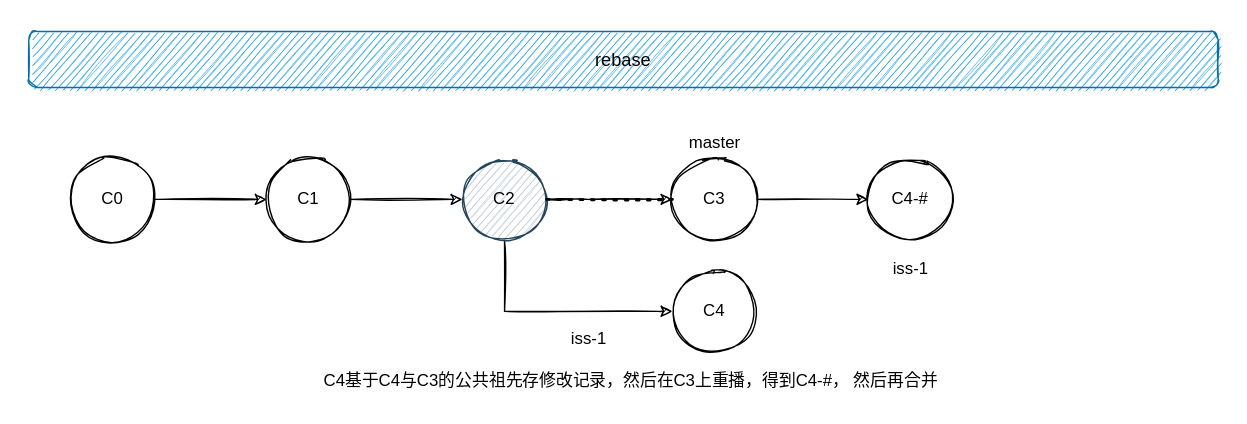
cd-home/Root keeps this draw.io diagram as 03-工作环境/images/rebase.svg. Above is the earlier version. Source tidied: cells renumbered, new cells last; positions are measured from the earlier drawing's top-left corner, leaving out a move shared by most shapes.
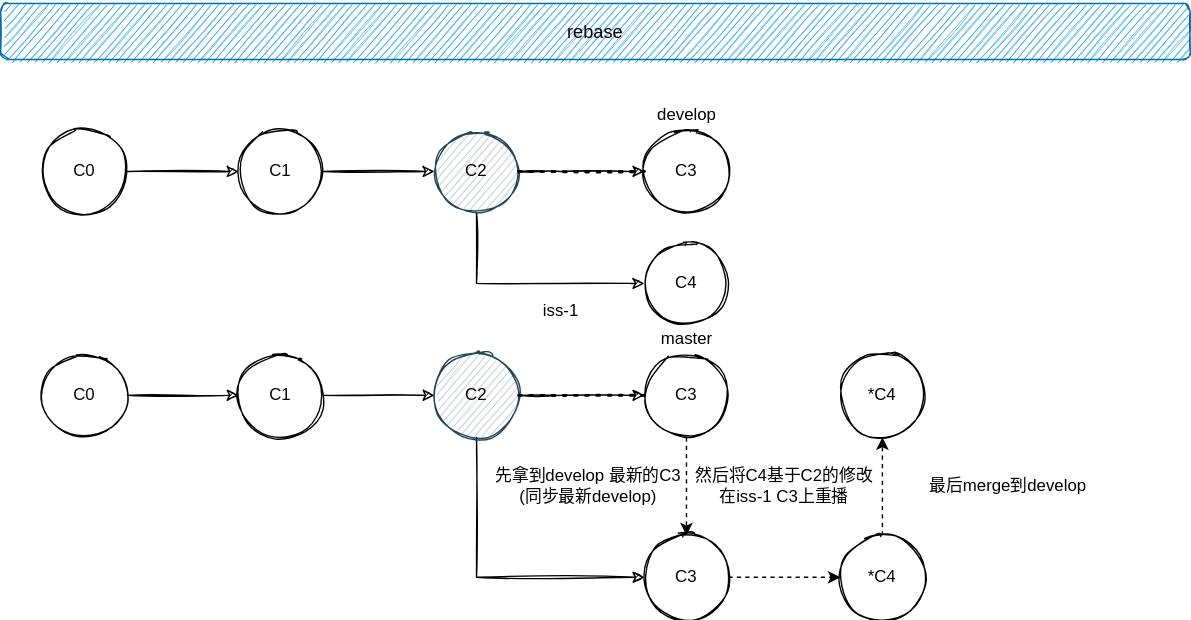
The same file after the commit.

Commit message:
😀🌴⭐🌎☀️🌈🌽: Remake Git

Change to the diagram source:
```diff
@@ -42,26 +42,80 @@
     <mxCell id="11" value="iss-1" style="text;html=1;align=center;verticalAlign=middle;strokeColor=none;sketch=1;" parent="1" vertex="1">
       <mxGeometry x="380" y="210" width="40" height="20" as="geometry" />
     </mxCell>
-    <mxCell id="12" value="master" style="text;html=1;align=center;verticalAlign=middle;strokeColor=none;sketch=1;" parent="1" vertex="1">
-      <mxGeometry x="465" y="70" width="50" height="20" as="geometry" />
+    <mxCell id="12" value="develop" style="text;html=1;align=center;verticalAlign=middle;strokeColor=none;sketch=1;" parent="1" vertex="1">
+      <mxGeometry x="460" y="70" width="60" height="20" as="geometry" />
     </mxCell>
-    <mxCell id="13" style="edgeStyle=orthogonalEdgeStyle;rounded=0;jettySize=auto;html=1;sketch=1;" parent="1" edge="1" source="14" target="16">
-      <mxGeometry relative="1" as="geometry" />
-    </mxCell>
     <mxCell id="14" value="C3" style="ellipse;whiteSpace=wrap;html=1;fillColor=#FFFFFF;sketch=1;" parent="1" vertex="1">
       <mxGeometry x="460" y="90" width="60" height="60" as="geometry" />
     </mxCell>
     <mxCell id="15" style="endArrow=none;dashed=1;html=1;dashPattern=1 3;strokeWidth=2;exitX=1;exitY=0.5;exitDx=0;exitDy=0;sketch=1;" parent="1" edge="1" source="9" target="14">
       <mxGeometry relative="1" as="geometry" />
     </mxCell>
-    <mxCell id="16" value="C4-#" style="ellipse;whiteSpace=wrap;html=1;fillColor=#FFFFFF;sketch=1;" parent="1" vertex="1">
-      <mxGeometry x="600" y="90" width="60" height="60" as="geometry" />
-    </mxCell>
-    <mxCell id="17" value="iss-1" style="text;html=1;align=center;verticalAlign=middle;strokeColor=none;sketch=1;" parent="1" vertex="1">
-      <mxGeometry x="610" y="160" width="40" height="20" as="geometry" />
-    </mxCell>
-    <mxCell id="18" value="C4基于C4与C3的公共祖先存修改记录，然后在C3上重播，得到C4-#， 然后再合并" style="text;html=1;align=center;verticalAlign=middle;strokeColor=none;sketch=1;" parent="1" vertex="1">
-      <mxGeometry x="205" y="240" width="450" height="20" as="geometry" />
-    </mxCell>
+    <mxCell id="19" style="edgeStyle=orthogonalEdgeStyle;rounded=0;jettySize=auto;html=1;sketch=1;" parent="1" edge="1" source="20" target="22">
+      <mxGeometry relative="1" as="geometry" />
+    </mxCell>
+    <mxCell id="20" value="C0" style="ellipse;whiteSpace=wrap;html=1;fillColor=#FFFFFF;sketch=1;" parent="1" vertex="1">
+      <mxGeometry x="30" y="250" width="60" height="60" as="geometry" />
+    </mxCell>
+    <mxCell id="21" style="edgeStyle=orthogonalEdgeStyle;rounded=0;jettySize=auto;html=1;sketch=1;" parent="1" edge="1" source="22" target="25">
+      <mxGeometry relative="1" as="geometry" />
+    </mxCell>
+    <mxCell id="22" value="C1" style="ellipse;whiteSpace=wrap;html=1;fillColor=#FFFFFF;sketch=1;" parent="1" vertex="1">
+      <mxGeometry x="170" y="250" width="60" height="60" as="geometry" />
+    </mxCell>
+    <mxCell id="23" style="edgeStyle=orthogonalEdgeStyle;rounded=0;jettySize=auto;html=1;exitX=0.5;exitY=1;exitDx=0;exitDy=0;entryX=0;entryY=0.5;entryDx=0;entryDy=0;sketch=1;" parent="1" edge="1" source="25" target="27">
+      <mxGeometry relative="1" as="geometry">
+        <Array as="points">
+          <mxPoint x="340" y="410" />
+        </Array>
+      </mxGeometry>
+    </mxCell>
+    <mxCell id="24" style="edgeStyle=orthogonalEdgeStyle;rounded=0;jettySize=auto;html=1;entryX=0;entryY=0.5;entryDx=0;entryDy=0;sketch=1;" parent="1" edge="1" source="25" target="30">
+      <mxGeometry relative="1" as="geometry">
+        <Array as="points">
+          <mxPoint x="400" y="280" />
+          <mxPoint x="400" y="280" />
+        </Array>
+      </mxGeometry>
+    </mxCell>
+    <mxCell id="25" value="C2" style="ellipse;whiteSpace=wrap;html=1;fillColor=#bac8d3;strokeColor=#23445d;sketch=1;" parent="1" vertex="1">
+      <mxGeometry x="310" y="250" width="60" height="60" as="geometry" />
+    </mxCell>
+    <mxCell id="26" style="edgeStyle=orthogonalEdgeStyle;rounded=0;jettySize=auto;html=1;dashed=1;" parent="1" edge="1" source="27" target="35">
+      <mxGeometry relative="1" as="geometry" />
+    </mxCell>
+    <mxCell id="27" value="C3" style="ellipse;whiteSpace=wrap;html=1;fillColor=#FFFFFF;sketch=1;" parent="1" vertex="1">
+      <mxGeometry x="460" y="380" width="60" height="60" as="geometry" />
+    </mxCell>
+    <mxCell id="28" value="master" style="text;html=1;align=center;verticalAlign=middle;strokeColor=none;sketch=1;" parent="1" vertex="1">
+      <mxGeometry x="465" y="230" width="50" height="20" as="geometry" />
+    </mxCell>
+    <mxCell id="29" style="edgeStyle=orthogonalEdgeStyle;rounded=0;jettySize=auto;html=1;dashed=1;" parent="1" edge="1" source="30" target="27">
+      <mxGeometry relative="1" as="geometry" />
+    </mxCell>
+    <mxCell id="30" value="C3" style="ellipse;whiteSpace=wrap;html=1;fillColor=#FFFFFF;sketch=1;" parent="1" vertex="1">
+      <mxGeometry x="460" y="250" width="60" height="60" as="geometry" />
+    </mxCell>
+    <mxCell id="31" style="endArrow=none;dashed=1;html=1;dashPattern=1 3;strokeWidth=2;exitX=1;exitY=0.5;exitDx=0;exitDy=0;sketch=1;" parent="1" edge="1" source="25" target="30">
+      <mxGeometry relative="1" as="geometry" />
+    </mxCell>
+    <mxCell id="32" value="先拿到develop 最新的C3&lt;br&gt;(同步最新develop)" style="text;html=1;strokeColor=none;fillColor=none;align=center;verticalAlign=middle;whiteSpace=wrap;rounded=0;" parent="1" vertex="1">
+      <mxGeometry x="350" y="330" width="140" height="30" as="geometry" />
+    </mxCell>
+    <mxCell id="33" value="然后将C4基于C2的修改在iss-1 C3上重播" style="text;html=1;strokeColor=none;fillColor=none;align=center;verticalAlign=middle;whiteSpace=wrap;rounded=0;" parent="1" vertex="1">
+      <mxGeometry x="490" y="330" width="140" height="30" as="geometry" />
+    </mxCell>
+    <mxCell id="34" style="edgeStyle=orthogonalEdgeStyle;rounded=0;jettySize=auto;html=1;dashed=1;" parent="1" edge="1" source="35" target="36">
+      <mxGeometry relative="1" as="geometry" />
+    </mxCell>
+    <mxCell id="35" value="*C4" style="ellipse;whiteSpace=wrap;html=1;fillColor=#FFFFFF;sketch=1;" parent="1" vertex="1">
+      <mxGeometry x="600" y="380" width="60" height="60" as="geometry" />
+    </mxCell>
+    <mxCell id="36" value="*C4" style="ellipse;whiteSpace=wrap;html=1;fillColor=#FFFFFF;sketch=1;" parent="1" vertex="1">
+      <mxGeometry x="600" y="250" width="60" height="60" as="geometry" />
+    </mxCell>
+    <mxCell id="37" value="最后merge到develop" style="text;html=1;strokeColor=none;fillColor=none;align=center;verticalAlign=middle;whiteSpace=wrap;rounded=0;" parent="1" vertex="1">
+      <mxGeometry x="650" y="330" width="140" height="30" as="geometry" />
+    </mxCell>
   </root>
 </mxGraphModel>
```
